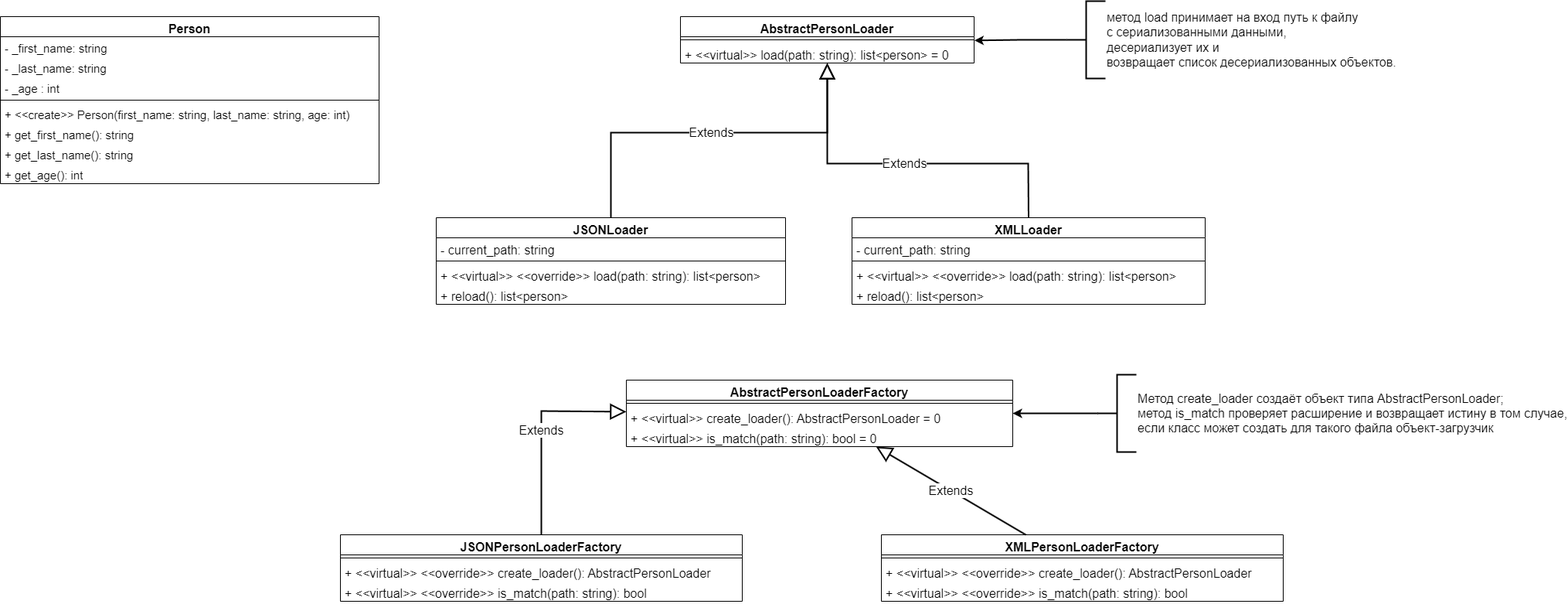
The draw.io diagram Labs/Лабораторная работа 6/Диаграмма классов.drawio.png in kortayn/OOP, before a commit. Source tidied: cells renumbered, new cells last; positions are measured from the earlier drawing's top-left corner, leaving out a move shared by most shapes. The source it was exported from:
```xml
<mxGraphModel>
  <root>
    <mxCell id="0" />
    <mxCell id="1" parent="0" />
    <mxCell id="2" value="Person" style="swimlane;fontStyle=1;align=center;verticalAlign=top;horizontal=1;startSize=26;whiteSpace=wrap;html=1;fontSize=16;fontFamily=Helvetica;" parent="1" vertex="1">
      <mxGeometry y="20" width="490" height="216" as="geometry" />
    </mxCell>
    <mxCell id="3" value="- _first_name: string" style="text;strokeColor=none;fillColor=none;align=left;verticalAlign=top;spacingLeft=4;spacingRight=4;overflow=hidden;whiteSpace=wrap;html=1;fontSize=15;" parent="2" vertex="1">
      <mxGeometry y="26" width="490" height="26" as="geometry" />
    </mxCell>
    <mxCell id="4" value="- _last_name: string" style="text;strokeColor=none;fillColor=none;align=left;verticalAlign=top;spacingLeft=4;spacingRight=4;overflow=hidden;whiteSpace=wrap;html=1;fontSize=15;" parent="2" vertex="1">
      <mxGeometry y="52" width="490" height="26" as="geometry" />
    </mxCell>
    <mxCell id="5" value="- _age : int" style="text;strokeColor=none;fillColor=none;align=left;verticalAlign=top;spacingLeft=4;spacingRight=4;overflow=hidden;whiteSpace=wrap;html=1;fontSize=15;" parent="2" vertex="1">
      <mxGeometry y="78" width="490" height="26" as="geometry" />
    </mxCell>
    <mxCell id="6" style="line;strokeWidth=1;fillColor=none;align=left;verticalAlign=middle;spacingTop=-1;spacingLeft=3;spacingRight=3;labelPosition=right;strokeColor=inherit;fontSize=15;" parent="2" vertex="1">
      <mxGeometry y="104" width="490" height="8" as="geometry" />
    </mxCell>
    <mxCell id="7" value="+ &amp;lt;&amp;lt;create&amp;gt;&amp;gt; Person(first_name: string, last_name: string, age: int)" style="text;strokeColor=none;fillColor=none;align=left;verticalAlign=top;spacingLeft=4;spacingRight=4;overflow=hidden;whiteSpace=wrap;html=1;fontSize=15;" parent="2" vertex="1">
      <mxGeometry y="112" width="490" height="26" as="geometry" />
    </mxCell>
    <mxCell id="8" value="+ get_first_name(): string" style="text;strokeColor=none;fillColor=none;align=left;verticalAlign=top;spacingLeft=4;spacingRight=4;overflow=hidden;whiteSpace=wrap;html=1;fontSize=15;" parent="2" vertex="1">
      <mxGeometry y="138" width="490" height="26" as="geometry" />
    </mxCell>
    <mxCell id="9" value="+ get_last_name(): string" style="text;strokeColor=none;fillColor=none;align=left;verticalAlign=top;spacingLeft=4;spacingRight=4;overflow=hidden;whiteSpace=wrap;html=1;fontSize=15;" parent="2" vertex="1">
      <mxGeometry y="164" width="490" height="26" as="geometry" />
    </mxCell>
    <mxCell id="10" value="+ get_age(): int" style="text;strokeColor=none;fillColor=none;align=left;verticalAlign=top;spacingLeft=4;spacingRight=4;overflow=hidden;whiteSpace=wrap;html=1;fontSize=15;" parent="2" vertex="1">
      <mxGeometry y="190" width="490" height="26" as="geometry" />
    </mxCell>
    <mxCell id="11" value="AbstractPersonLoader" style="swimlane;fontStyle=1;align=center;verticalAlign=top;horizontal=1;startSize=26;whiteSpace=wrap;html=1;fontSize=16;" parent="1" vertex="1">
      <mxGeometry x="880" y="20" width="380" height="60" as="geometry" />
    </mxCell>
    <mxCell id="12" style="line;strokeWidth=1;fillColor=none;align=left;verticalAlign=middle;spacingTop=-1;spacingLeft=3;spacingRight=3;labelPosition=right;strokeColor=inherit;fontSize=16;" parent="11" vertex="1">
      <mxGeometry y="26" width="380" height="8" as="geometry" />
    </mxCell>
    <mxCell id="13" value="+ &amp;lt;&amp;lt;virtual&amp;gt;&amp;gt; load(path: string): list&amp;lt;person&amp;gt; = 0" style="text;strokeColor=none;fillColor=none;align=left;verticalAlign=top;spacingLeft=4;spacingRight=4;overflow=hidden;points=[[0,0.5],[1,0.5]];portConstraint=eastwest;whiteSpace=wrap;html=1;fontSize=16;" parent="11" vertex="1">
      <mxGeometry y="34" width="380" height="26" as="geometry" />
    </mxCell>
    <mxCell id="14" value="JSONLoader" style="swimlane;fontStyle=1;align=center;verticalAlign=top;horizontal=1;startSize=26;whiteSpace=wrap;html=1;fontSize=16;" parent="1" vertex="1">
      <mxGeometry x="564" y="280" width="452" height="112" as="geometry" />
    </mxCell>
    <mxCell id="15" value="- current_path: string" style="text;strokeColor=none;fillColor=none;align=left;verticalAlign=top;spacingLeft=4;spacingRight=4;overflow=hidden;whiteSpace=wrap;html=1;fontSize=16;" parent="14" vertex="1">
      <mxGeometry y="26" width="452" height="26" as="geometry" />
    </mxCell>
    <mxCell id="16" style="line;strokeWidth=1;fillColor=none;align=left;verticalAlign=middle;spacingTop=-1;spacingLeft=3;spacingRight=3;labelPosition=right;strokeColor=inherit;fontSize=16;" parent="14" vertex="1">
      <mxGeometry y="52" width="452" height="8" as="geometry" />
    </mxCell>
    <mxCell id="17" value="+ &amp;lt;&amp;lt;virtual&amp;gt;&amp;gt; &amp;lt;&amp;lt;override&amp;gt;&amp;gt;&amp;nbsp;load(path: string): list&amp;lt;person&amp;gt;" style="text;strokeColor=none;fillColor=none;align=left;verticalAlign=top;spacingLeft=4;spacingRight=4;overflow=hidden;whiteSpace=wrap;html=1;fontSize=16;" parent="14" vertex="1">
      <mxGeometry y="60" width="452" height="26" as="geometry" />
    </mxCell>
    <mxCell id="18" value="+ reload(): list&amp;lt;person&amp;gt;" style="text;strokeColor=none;fillColor=none;align=left;verticalAlign=top;spacingLeft=4;spacingRight=4;overflow=hidden;whiteSpace=wrap;html=1;fontSize=16;" parent="14" vertex="1">
      <mxGeometry y="86" width="452" height="26" as="geometry" />
    </mxCell>
    <mxCell id="19" value="Extends" style="endArrow=block;endSize=16;endFill=0;html=1;rounded=0;exitX=0.5;exitY=0;exitDx=0;exitDy=0;fontSize=16;strokeWidth=2;" parent="1" edge="1" source="14" target="11">
      <mxGeometry relative="1" as="geometry">
        <Array as="points">
          <mxPoint x="790" y="170" />
          <mxPoint x="1070" y="170" />
        </Array>
      </mxGeometry>
    </mxCell>
    <mxCell id="20" value="XMLLoader" style="swimlane;fontStyle=1;align=center;verticalAlign=top;horizontal=1;startSize=26;whiteSpace=wrap;html=1;fontSize=16;" parent="1" vertex="1">
      <mxGeometry x="1102" y="280" width="457" height="112" as="geometry" />
    </mxCell>
    <mxCell id="21" value="- current_path: string" style="text;strokeColor=none;fillColor=none;align=left;verticalAlign=top;spacingLeft=4;spacingRight=4;overflow=hidden;whiteSpace=wrap;html=1;fontSize=16;" parent="20" vertex="1">
      <mxGeometry y="26" width="457" height="26" as="geometry" />
    </mxCell>
    <mxCell id="22" style="line;strokeWidth=1;fillColor=none;align=left;verticalAlign=middle;spacingTop=-1;spacingLeft=3;spacingRight=3;labelPosition=right;strokeColor=inherit;fontSize=16;" parent="20" vertex="1">
      <mxGeometry y="52" width="457" height="8" as="geometry" />
    </mxCell>
    <mxCell id="23" value="+ &amp;lt;&amp;lt;virtual&amp;gt;&amp;gt; &amp;lt;&amp;lt;override&amp;gt;&amp;gt;&amp;nbsp;load(path: string): list&amp;lt;person&amp;gt;" style="text;strokeColor=none;fillColor=none;align=left;verticalAlign=top;spacingLeft=4;spacingRight=4;overflow=hidden;whiteSpace=wrap;html=1;fontSize=16;" parent="20" vertex="1">
      <mxGeometry y="60" width="457" height="26" as="geometry" />
    </mxCell>
    <mxCell id="24" value="+ reload(): list&amp;lt;person&amp;gt;" style="text;strokeColor=none;fillColor=none;align=left;verticalAlign=top;spacingLeft=4;spacingRight=4;overflow=hidden;whiteSpace=wrap;html=1;fontSize=16;" parent="20" vertex="1">
      <mxGeometry y="86" width="457" height="26" as="geometry" />
    </mxCell>
    <mxCell id="25" value="Extends" style="endArrow=block;endSize=16;endFill=0;html=1;rounded=0;exitX=0.5;exitY=0;exitDx=0;exitDy=0;fontSize=16;strokeWidth=2;" parent="1" edge="1" source="20" target="11">
      <mxGeometry relative="1" as="geometry">
        <Array as="points">
          <mxPoint x="1330" y="210" />
          <mxPoint x="1070" y="210" />
        </Array>
      </mxGeometry>
    </mxCell>
    <mxCell id="26" value="AbstractPersonLoaderFactory" style="swimlane;fontStyle=1;align=center;verticalAlign=top;horizontal=1;startSize=26;whiteSpace=wrap;html=1;fontSize=16;" parent="1" vertex="1">
      <mxGeometry x="810" y="490" width="500" height="86" as="geometry" />
    </mxCell>
    <mxCell id="27" style="line;strokeWidth=1;fillColor=none;align=left;verticalAlign=middle;spacingTop=-1;spacingLeft=3;spacingRight=3;labelPosition=right;strokeColor=inherit;fontSize=16;" parent="26" vertex="1">
      <mxGeometry y="26" width="500" height="8" as="geometry" />
    </mxCell>
    <mxCell id="28" value="+ &amp;lt;&amp;lt;virtual&amp;gt;&amp;gt; create_loader(): AbstractPersonLoader = 0" style="text;strokeColor=none;fillColor=none;align=left;verticalAlign=top;spacingLeft=4;spacingRight=4;overflow=hidden;whiteSpace=wrap;html=1;fontSize=16;" parent="26" vertex="1">
      <mxGeometry y="34" width="500" height="26" as="geometry" />
    </mxCell>
    <mxCell id="29" value="+ &amp;lt;&amp;lt;virtual&amp;gt;&amp;gt; is_match(path: string): bool = 0" style="text;strokeColor=none;fillColor=none;align=left;verticalAlign=top;spacingLeft=4;spacingRight=4;overflow=hidden;whiteSpace=wrap;html=1;fontSize=16;" parent="26" vertex="1">
      <mxGeometry y="60" width="500" height="26" as="geometry" />
    </mxCell>
    <mxCell id="30" value="JSONPersonLoaderFactory" style="swimlane;fontStyle=1;align=center;verticalAlign=top;horizontal=1;startSize=26;whiteSpace=wrap;html=1;fontSize=16;" parent="1" vertex="1">
      <mxGeometry x="440" y="690" width="520" height="86" as="geometry" />
    </mxCell>
    <mxCell id="31" style="line;strokeWidth=1;fillColor=none;align=left;verticalAlign=middle;spacingTop=-1;spacingLeft=3;spacingRight=3;labelPosition=right;strokeColor=inherit;fontSize=16;" parent="30" vertex="1">
      <mxGeometry y="26" width="520" height="8" as="geometry" />
    </mxCell>
    <mxCell id="32" value="+ &amp;lt;&amp;lt;virtual&amp;gt;&amp;gt; &amp;lt;&amp;lt;override&amp;gt;&amp;gt;&amp;nbsp;create_loader(): AbstractPersonLoader" style="text;strokeColor=none;fillColor=none;align=left;verticalAlign=top;spacingLeft=4;spacingRight=4;overflow=hidden;whiteSpace=wrap;html=1;fontSize=16;" parent="30" vertex="1">
      <mxGeometry y="34" width="520" height="26" as="geometry" />
    </mxCell>
    <mxCell id="33" value="+ &amp;lt;&amp;lt;virtual&amp;gt;&amp;gt; &amp;lt;&amp;lt;override&amp;gt;&amp;gt;&amp;nbsp;is_match(path: string): bool" style="text;strokeColor=none;fillColor=none;align=left;verticalAlign=top;spacingLeft=4;spacingRight=4;overflow=hidden;whiteSpace=wrap;html=1;fontSize=16;" parent="30" vertex="1">
      <mxGeometry y="60" width="520" height="26" as="geometry" />
    </mxCell>
    <mxCell id="34" value="XMLPersonLoaderFactory" style="swimlane;fontStyle=1;align=center;verticalAlign=top;horizontal=1;startSize=26;whiteSpace=wrap;html=1;fontSize=16;" parent="1" vertex="1">
      <mxGeometry x="1140" y="690" width="520" height="86" as="geometry" />
    </mxCell>
    <mxCell id="35" style="line;strokeWidth=1;fillColor=none;align=left;verticalAlign=middle;spacingTop=-1;spacingLeft=3;spacingRight=3;labelPosition=right;strokeColor=inherit;fontSize=16;" parent="34" vertex="1">
      <mxGeometry y="26" width="520" height="8" as="geometry" />
    </mxCell>
    <mxCell id="36" value="+ &amp;lt;&amp;lt;virtual&amp;gt;&amp;gt; &amp;lt;&amp;lt;override&amp;gt;&amp;gt;&amp;nbsp;create_loader(): AbstractPersonLoader" style="text;strokeColor=none;fillColor=none;align=left;verticalAlign=top;spacingLeft=4;spacingRight=4;overflow=hidden;whiteSpace=wrap;html=1;fontSize=16;" parent="34" vertex="1">
      <mxGeometry y="34" width="520" height="26" as="geometry" />
    </mxCell>
    <mxCell id="37" value="+ &amp;lt;&amp;lt;virtual&amp;gt;&amp;gt; &amp;lt;&amp;lt;override&amp;gt;&amp;gt;&amp;nbsp;is_match(path: string): bool" style="text;strokeColor=none;fillColor=none;align=left;verticalAlign=top;spacingLeft=4;spacingRight=4;overflow=hidden;whiteSpace=wrap;html=1;fontSize=16;" parent="34" vertex="1">
      <mxGeometry y="60" width="520" height="26" as="geometry" />
    </mxCell>
    <mxCell id="38" value="Extends" style="endArrow=block;endSize=16;endFill=0;html=1;rounded=0;fontSize=16;strokeWidth=2;" parent="1" edge="1" source="30" target="26">
      <mxGeometry relative="1" as="geometry">
        <Array as="points">
          <mxPoint x="700" y="530" />
        </Array>
      </mxGeometry>
    </mxCell>
    <mxCell id="39" value="Extends" style="endArrow=block;endSize=16;endFill=0;html=1;rounded=0;fontSize=16;strokeWidth=2;" parent="1" edge="1" source="34" target="26">
      <mxGeometry relative="1" as="geometry" />
    </mxCell>
    <mxCell id="40" value="метод load принимает на вход путь к файлу&lt;br&gt;с сериализованными данными,&lt;br style=&quot;font-size: 16px;&quot;&gt;десериализует их и&lt;br&gt;возвращает список десериализованных объектов." style="strokeWidth=2;html=1;shape=mxgraph.flowchart.annotation_2;align=left;labelPosition=right;fontSize=16;" parent="1" vertex="1">
      <mxGeometry x="1380" width="50" height="100" as="geometry" />
    </mxCell>
    <mxCell id="41" style="edgeStyle=orthogonalEdgeStyle;rounded=0;jettySize=auto;html=1;exitX=0;exitY=0.5;exitDx=0;exitDy=0;exitPerimeter=0;entryX=1.001;entryY=-0.122;entryDx=0;entryDy=0;entryPerimeter=0;strokeWidth=2;" parent="1" edge="1" source="40" target="13">
      <mxGeometry relative="1" as="geometry" />
    </mxCell>
    <mxCell id="42" style="edgeStyle=orthogonalEdgeStyle;rounded=0;jettySize=auto;html=1;exitX=0;exitY=0.5;exitDx=0;exitDy=0;exitPerimeter=0;strokeWidth=2;" parent="1" edge="1" source="43" target="26">
      <mxGeometry relative="1" as="geometry" />
    </mxCell>
    <mxCell id="43" value="&lt;font style=&quot;font-size: 16px;&quot;&gt;Метод create_loader создаёт объект типа AbstractPersonLoader;&lt;br&gt;метод is_match проверяет расширение и возвращает истину в том случае,&lt;br&gt;если класс может создать для такого файла объект-загрузчик&lt;/font&gt;" style="strokeWidth=2;html=1;shape=mxgraph.flowchart.annotation_2;align=left;labelPosition=right;rotation=0;" parent="1" vertex="1">
      <mxGeometry x="1420" y="483" width="50" height="100" as="geometry" />
    </mxCell>
  </root>
</mxGraphModel>
```
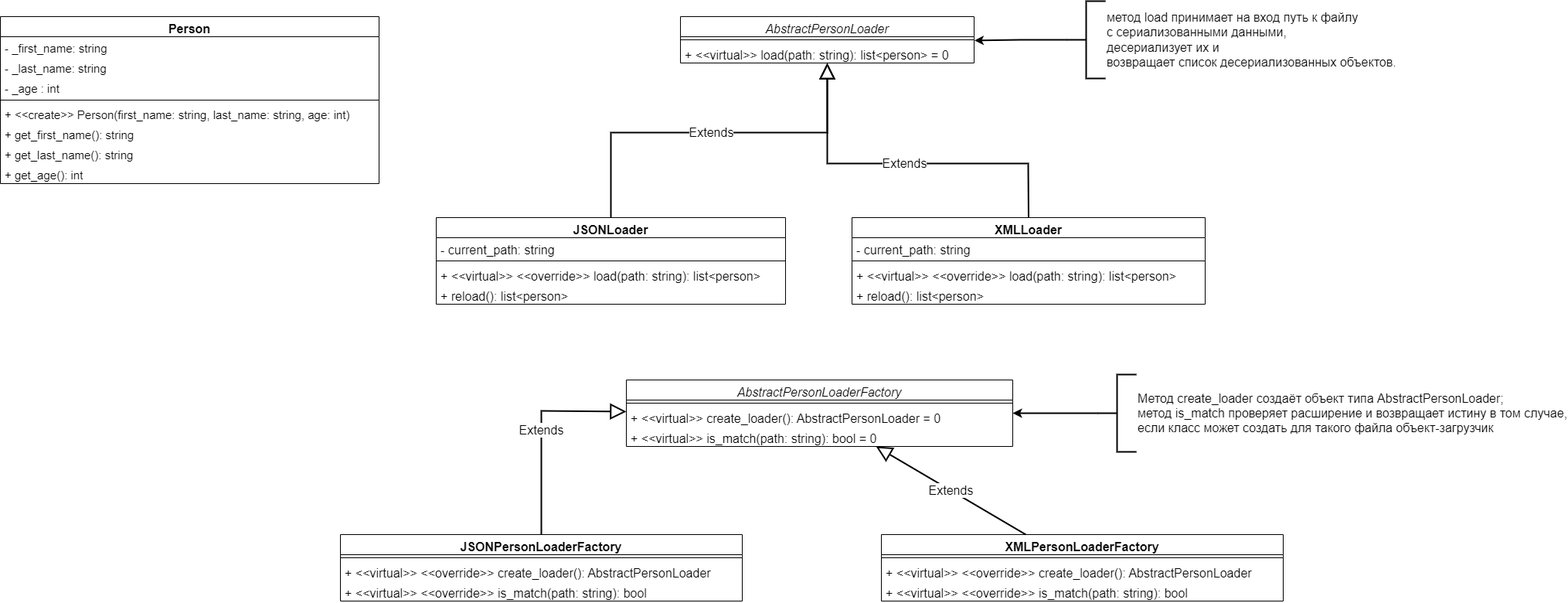
Above is the later version.

What changed in the source:
```diff
@@ -29,7 +29,7 @@
     <mxCell id="10" value="+ get_age(): int" style="text;strokeColor=none;fillColor=none;align=left;verticalAlign=top;spacingLeft=4;spacingRight=4;overflow=hidden;whiteSpace=wrap;html=1;fontSize=15;" parent="2" vertex="1">
       <mxGeometry y="190" width="490" height="26" as="geometry" />
     </mxCell>
-    <mxCell id="11" value="AbstractPersonLoader" style="swimlane;fontStyle=1;align=center;verticalAlign=top;horizontal=1;startSize=26;whiteSpace=wrap;html=1;fontSize=16;" parent="1" vertex="1">
+    <mxCell id="11" value="&lt;i style=&quot;font-weight: normal;&quot;&gt;AbstractPersonLoader&lt;/i&gt;" style="swimlane;fontStyle=1;align=center;verticalAlign=top;horizontal=1;startSize=26;whiteSpace=wrap;html=1;fontSize=16;" parent="1" vertex="1">
       <mxGeometry x="880" y="20" width="380" height="60" as="geometry" />
     </mxCell>
     <mxCell id="12" style="line;strokeWidth=1;fillColor=none;align=left;verticalAlign=middle;spacingTop=-1;spacingLeft=3;spacingRight=3;labelPosition=right;strokeColor=inherit;fontSize=16;" parent="11" vertex="1">
@@ -84,7 +84,7 @@
         </Array>
       </mxGeometry>
     </mxCell>
-    <mxCell id="26" value="AbstractPersonLoaderFactory" style="swimlane;fontStyle=1;align=center;verticalAlign=top;horizontal=1;startSize=26;whiteSpace=wrap;html=1;fontSize=16;" parent="1" vertex="1">
+    <mxCell id="26" value="&lt;i style=&quot;font-weight: normal;&quot;&gt;AbstractPersonLoaderFactory&lt;/i&gt;" style="swimlane;fontStyle=1;align=center;verticalAlign=top;horizontal=1;startSize=26;whiteSpace=wrap;html=1;fontSize=16;" parent="1" vertex="1">
       <mxGeometry x="810" y="490" width="500" height="86" as="geometry" />
     </mxCell>
     <mxCell id="27" style="line;strokeWidth=1;fillColor=none;align=left;verticalAlign=middle;spacingTop=-1;spacingLeft=3;spacingRight=3;labelPosition=right;strokeColor=inherit;fontSize=16;" parent="26" vertex="1">
```
